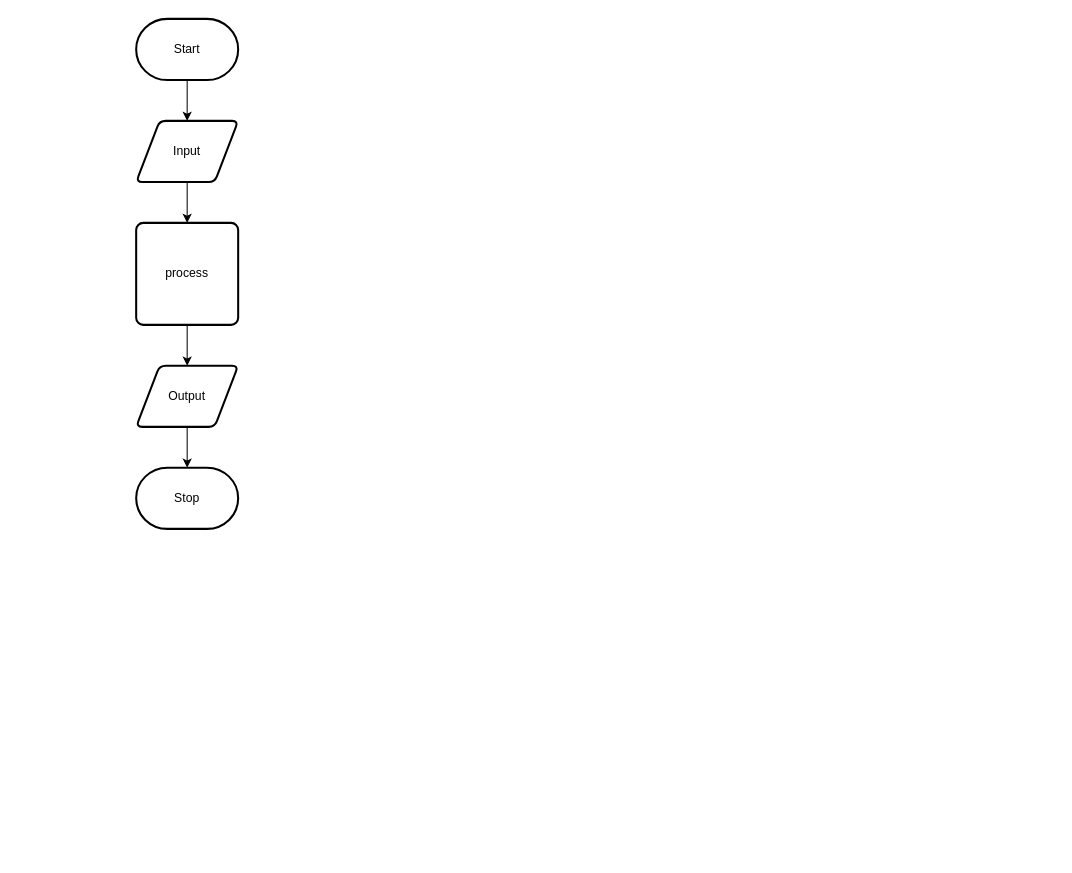
Before: design/flow-chart.drawio in Claire-Bedrossian/ICS2O-Unit6-02-JS, a draw.io diagram. Source tidied: cells renumbered, new cells numbered last; positions are measured from the earlier drawing's top-left corner, leaving out a move shared by most shapes. Both pictures are drawn from the tidied source at 102%, with x=0, y=0 at pixel (136, 18).
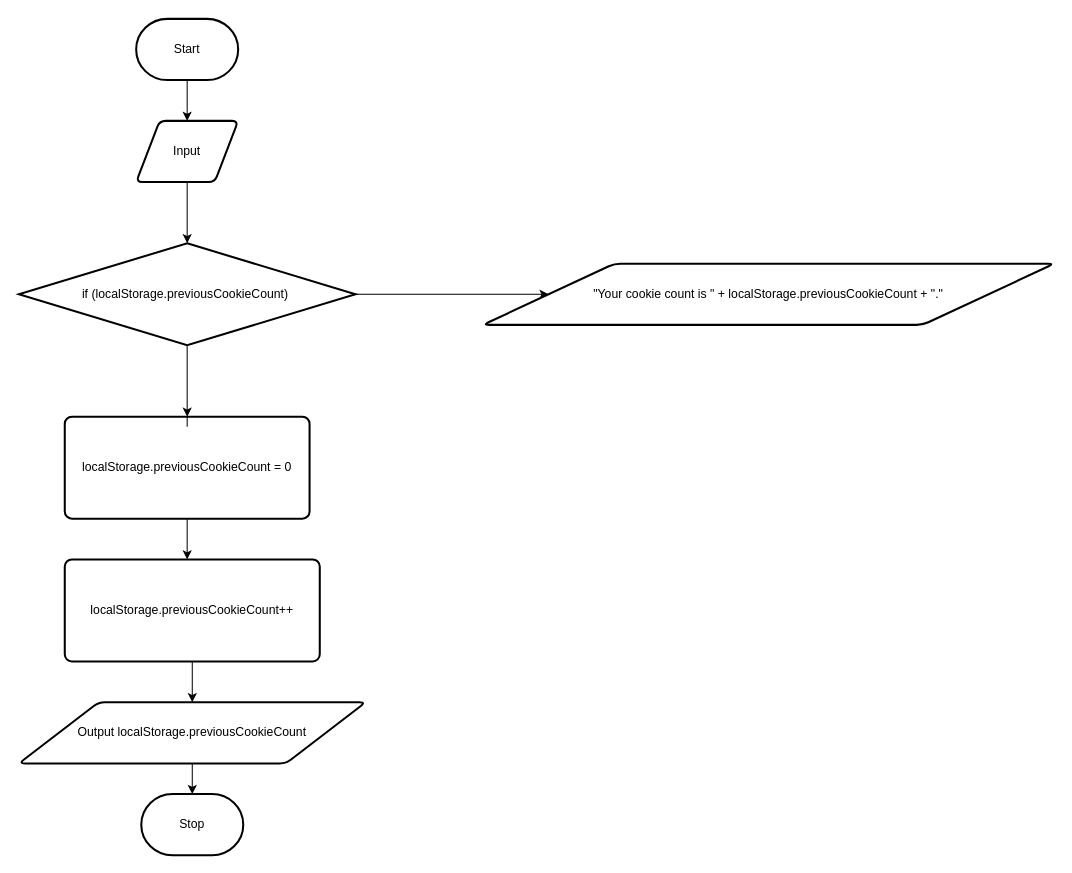
The same page after the edit.

Commit message (it also covers changes not shown here):
added flowchart and story board

What changed in the source:
```diff
@@
 <mxGraphModel>
   <root>
     <mxCell id="0" />
     <mxCell id="1" parent="0" />
     <mxCell id="2" style="edgeStyle=none;html=1;" parent="1" edge="1" source="3" target="5">
       <mxGeometry relative="1" as="geometry" />
     </mxCell>
     <mxCell id="3" value="Start" style="strokeWidth=2;html=1;shape=mxgraph.flowchart.terminator;whiteSpace=wrap;" parent="1" vertex="1">
       <mxGeometry width="100" height="60" as="geometry" />
     </mxCell>
-    <mxCell id="4" style="edgeStyle=none;html=1;" parent="1" edge="1" source="5" target="7">
-      <mxGeometry relative="1" as="geometry" />
-    </mxCell>
+    <mxCell id="11" style="edgeStyle=none;html=1;" parent="1" edge="1" source="5" target="14">
+      <mxGeometry relative="1" as="geometry" />
+    </mxCell>
     <mxCell id="5" value="Input" style="shape=parallelogram;html=1;strokeWidth=2;perimeter=parallelogramPerimeter;whiteSpace=wrap;rounded=1;arcSize=12;size=0.23;" parent="1" vertex="1">
       <mxGeometry y="100" width="100" height="60" as="geometry" />
     </mxCell>
-    <mxCell id="6" style="edgeStyle=none;html=1;" parent="1" edge="1" source="7" target="9">
-      <mxGeometry relative="1" as="geometry" />
-    </mxCell>
-    <mxCell id="7" value="process" style="rounded=1;whiteSpace=wrap;html=1;absoluteArcSize=1;arcSize=14;strokeWidth=2;" parent="1" vertex="1">
-      <mxGeometry y="200" width="100" height="100" as="geometry" />
-    </mxCell>
-    <mxCell id="8" style="edgeStyle=none;html=1;" parent="1" edge="1" source="9" target="10">
-      <mxGeometry relative="1" as="geometry" />
+    <mxCell id="8" style="edgeStyle=none;html=1;startArrow=none;" parent="1" edge="1" source="16">
+      <mxGeometry relative="1" as="geometry">
+        <mxPoint x="50" y="530" as="targetPoint" />
+      </mxGeometry>
     </mxCell>
-    <mxCell id="9" value="Output" style="shape=parallelogram;html=1;strokeWidth=2;perimeter=parallelogramPerimeter;whiteSpace=wrap;rounded=1;arcSize=12;size=0.23;" parent="1" vertex="1">
-      <mxGeometry y="340" width="100" height="60" as="geometry" />
-    </mxCell>
     <mxCell id="10" value="Stop" style="strokeWidth=2;html=1;shape=mxgraph.flowchart.terminator;whiteSpace=wrap;" parent="1" vertex="1">
-      <mxGeometry y="440" width="100" height="60" as="geometry" />
+      <mxGeometry x="5" y="760" width="100" height="60" as="geometry" />
     </mxCell>
+    <mxCell id="12" style="edgeStyle=none;html=1;entryX=0;entryY=0.5;entryDx=0;entryDy=0;" parent="1" edge="1" source="14" target="15">
+      <mxGeometry relative="1" as="geometry" />
+    </mxCell>
+    <mxCell id="13" style="edgeStyle=none;html=1;entryX=0.5;entryY=0;entryDx=0;entryDy=0;" parent="1" edge="1" source="14" target="16">
+      <mxGeometry relative="1" as="geometry" />
+    </mxCell>
+    <mxCell id="14" value="&lt;span&gt;if (localStorage.previousCookieCount)&amp;nbsp;&lt;/span&gt;" style="strokeWidth=2;html=1;shape=mxgraph.flowchart.decision;whiteSpace=wrap;" parent="1" vertex="1">
+      <mxGeometry x="-115" y="220" width="330" height="100" as="geometry" />
+    </mxCell>
+    <mxCell id="15" value="&quot;Your cookie count is &quot; + localStorage.previousCookieCount + &quot;.&quot;" style="shape=parallelogram;html=1;strokeWidth=2;perimeter=parallelogramPerimeter;whiteSpace=wrap;rounded=1;arcSize=12;size=0.23;" parent="1" vertex="1">
+      <mxGeometry x="340" y="240" width="560" height="60" as="geometry" />
+    </mxCell>
+    <mxCell id="16" value="&lt;span&gt;localStorage.previousCookieCount = 0&lt;/span&gt;" style="rounded=1;whiteSpace=wrap;html=1;absoluteArcSize=1;arcSize=14;strokeWidth=2;" parent="1" vertex="1">
+      <mxGeometry x="-70" y="390" width="240" height="100" as="geometry" />
+    </mxCell>
+    <mxCell id="17" style="edgeStyle=none;html=1;endArrow=none;" parent="1" edge="1" target="16">
+      <mxGeometry relative="1" as="geometry">
+        <mxPoint x="50" y="400" as="sourcePoint" />
+      </mxGeometry>
+    </mxCell>
+    <mxCell id="18" style="edgeStyle=none;html=1;" parent="1" edge="1" source="19" target="21">
+      <mxGeometry relative="1" as="geometry" />
+    </mxCell>
+    <mxCell id="19" value="&lt;span&gt;localStorage.previousCookieCount++&lt;/span&gt;" style="rounded=1;whiteSpace=wrap;html=1;absoluteArcSize=1;arcSize=14;strokeWidth=2;" parent="1" vertex="1">
+      <mxGeometry x="-70" y="530" width="250" height="100" as="geometry" />
+    </mxCell>
+    <mxCell id="20" style="edgeStyle=none;html=1;" parent="1" edge="1" source="21" target="10">
+      <mxGeometry relative="1" as="geometry" />
+    </mxCell>
+    <mxCell id="21" value="Output localStorage.previousCookieCount" style="shape=parallelogram;html=1;strokeWidth=2;perimeter=parallelogramPerimeter;whiteSpace=wrap;rounded=1;arcSize=12;size=0.23;" parent="1" vertex="1">
+      <mxGeometry x="-115" y="670" width="340" height="60" as="geometry" />
+    </mxCell>
   </root>
 </mxGraphModel>
```
